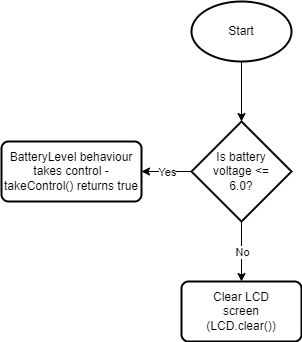
This is Final submission/BatteryLevelControlFlow.png from XLmT09/Bunny-Robot, a draw.io export, as it was before one commit. Source tidied: cells renumbered, new cells last; positions are measured from the earlier drawing's top-left corner, leaving out a move shared by most shapes.
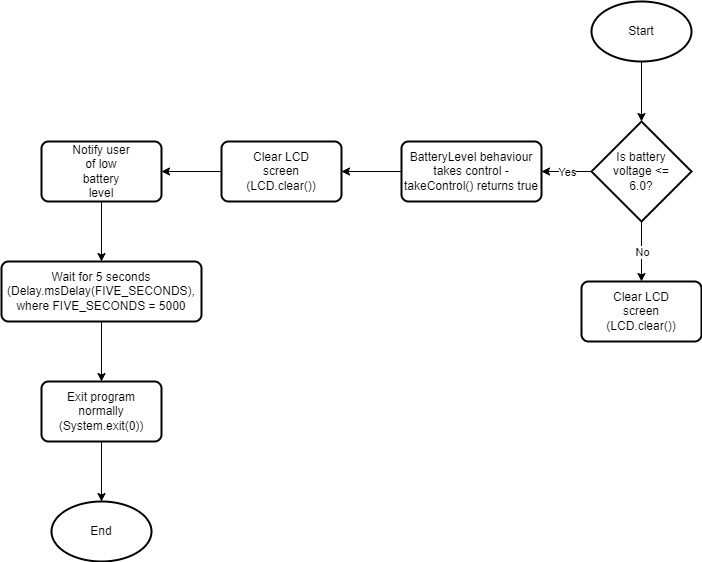
Later version of the same file.

Diff of the diagram source:
```diff
@@ -50,5 +50,67 @@
     <mxCell id="17" value="Yes" style="edgeLabel;html=1;align=center;verticalAlign=middle;hachureGap=4;" parent="16" vertex="1">
       <mxGeometry relative="1" as="geometry" />
     </mxCell>
+    <mxCell id="18" style="group;" parent="1" vertex="1">
+      <mxGeometry x="-180" y="140" width="120" height="60" as="geometry" />
+    </mxCell>
+    <mxCell id="19" style="rounded=1;whiteSpace=wrap;html=1;absoluteArcSize=1;arcSize=14;strokeWidth=2;hachureGap=4;" parent="18" vertex="1">
+      <mxGeometry width="120" height="60" as="geometry" />
+    </mxCell>
+    <mxCell id="20" value="Clear LCD screen (LCD.clear())" style="text;html=1;strokeColor=none;fillColor=none;align=center;verticalAlign=middle;whiteSpace=wrap;rounded=0;hachureGap=4;" parent="18" vertex="1">
+      <mxGeometry x="30" y="15" width="60" height="30" as="geometry" />
+    </mxCell>
+    <mxCell id="21" style="endArrow=classic;html=1;rounded=0;sourcePerimeterSpacing=8;targetPerimeterSpacing=8;curved=1;entryX=1;entryY=0.5;entryDx=0;entryDy=0;exitX=0;exitY=0.5;exitDx=0;exitDy=0;" parent="1" edge="1" source="15" target="19">
+      <mxGeometry relative="1" as="geometry" />
+    </mxCell>
+    <mxCell id="22" style="group;" parent="1" vertex="1">
+      <mxGeometry x="-360" y="140" width="120" height="60" as="geometry" />
+    </mxCell>
+    <mxCell id="23" style="rounded=1;whiteSpace=wrap;html=1;absoluteArcSize=1;arcSize=14;strokeWidth=2;hachureGap=4;" parent="22" vertex="1">
+      <mxGeometry width="120" height="60" as="geometry" />
+    </mxCell>
+    <mxCell id="24" value="Notify user of low battery level" style="text;html=1;strokeColor=none;fillColor=none;align=center;verticalAlign=middle;whiteSpace=wrap;rounded=0;hachureGap=4;" parent="22" vertex="1">
+      <mxGeometry x="30" y="15" width="60" height="30" as="geometry" />
+    </mxCell>
+    <mxCell id="25" style="endArrow=classic;html=1;rounded=0;sourcePerimeterSpacing=8;targetPerimeterSpacing=8;curved=1;entryX=1;entryY=0.5;entryDx=0;entryDy=0;exitX=0;exitY=0.5;exitDx=0;exitDy=0;" parent="1" edge="1" source="19" target="23">
+      <mxGeometry relative="1" as="geometry" />
+    </mxCell>
+    <mxCell id="26" style="group;" parent="1" vertex="1">
+      <mxGeometry x="-400" y="260" width="200" height="60" as="geometry" />
+    </mxCell>
+    <mxCell id="27" style="rounded=1;whiteSpace=wrap;html=1;absoluteArcSize=1;arcSize=14;strokeWidth=2;hachureGap=4;" parent="26" vertex="1">
+      <mxGeometry width="200" height="60" as="geometry" />
+    </mxCell>
+    <mxCell id="28" value="Wait for 5 seconds (Delay.msDelay(FIVE_SECONDS), where FIVE_SECONDS = 5000" style="text;html=1;strokeColor=none;fillColor=none;align=center;verticalAlign=middle;whiteSpace=wrap;rounded=0;hachureGap=4;" parent="26" vertex="1">
+      <mxGeometry x="70" y="15" width="60" height="30" as="geometry" />
+    </mxCell>
+    <mxCell id="29" style="endArrow=classic;html=1;rounded=0;sourcePerimeterSpacing=8;targetPerimeterSpacing=8;curved=1;entryX=0.5;entryY=0;entryDx=0;entryDy=0;" parent="1" edge="1" target="27">
+      <mxGeometry relative="1" as="geometry">
+        <mxPoint x="-300" y="200" as="sourcePoint" />
+      </mxGeometry>
+    </mxCell>
+    <mxCell id="30" style="endArrow=classic;html=1;rounded=0;sourcePerimeterSpacing=8;targetPerimeterSpacing=8;curved=1;entryX=0.5;entryY=0;entryDx=0;entryDy=0;exitX=0.5;exitY=1;exitDx=0;exitDy=0;" parent="1" edge="1" source="27" target="32">
+      <mxGeometry relative="1" as="geometry" />
+    </mxCell>
+    <mxCell id="31" style="group;" parent="1" vertex="1">
+      <mxGeometry x="-360" y="380" width="120" height="60" as="geometry" />
+    </mxCell>
+    <mxCell id="32" style="rounded=1;whiteSpace=wrap;html=1;absoluteArcSize=1;arcSize=14;strokeWidth=2;hachureGap=4;" parent="31" vertex="1">
+      <mxGeometry width="120" height="60" as="geometry" />
+    </mxCell>
+    <mxCell id="33" value="Exit program normally (System.exit(0))" style="text;html=1;strokeColor=none;fillColor=none;align=center;verticalAlign=middle;whiteSpace=wrap;rounded=0;hachureGap=4;" parent="31" vertex="1">
+      <mxGeometry x="30" y="15" width="60" height="30" as="geometry" />
+    </mxCell>
+    <mxCell id="34" style="group;" parent="1" vertex="1">
+      <mxGeometry x="-350" y="500" width="100" height="60" as="geometry" />
+    </mxCell>
+    <mxCell id="35" style="strokeWidth=2;html=1;shape=mxgraph.flowchart.start_1;whiteSpace=wrap;hachureGap=4;" parent="34" vertex="1">
+      <mxGeometry width="100" height="60" as="geometry" />
+    </mxCell>
+    <mxCell id="36" value="End" style="text;html=1;strokeColor=none;fillColor=none;align=center;verticalAlign=middle;whiteSpace=wrap;rounded=0;hachureGap=4;" parent="34" vertex="1">
+      <mxGeometry x="20" y="15" width="60" height="30" as="geometry" />
+    </mxCell>
+    <mxCell id="37" style="endArrow=classic;html=1;rounded=0;sourcePerimeterSpacing=8;targetPerimeterSpacing=8;curved=1;entryX=0.5;entryY=0;entryDx=0;entryDy=0;entryPerimeter=0;exitX=0.5;exitY=1;exitDx=0;exitDy=0;" parent="1" edge="1" source="32" target="35">
+      <mxGeometry relative="1" as="geometry" />
+    </mxCell>
   </root>
 </mxGraphModel>
```
